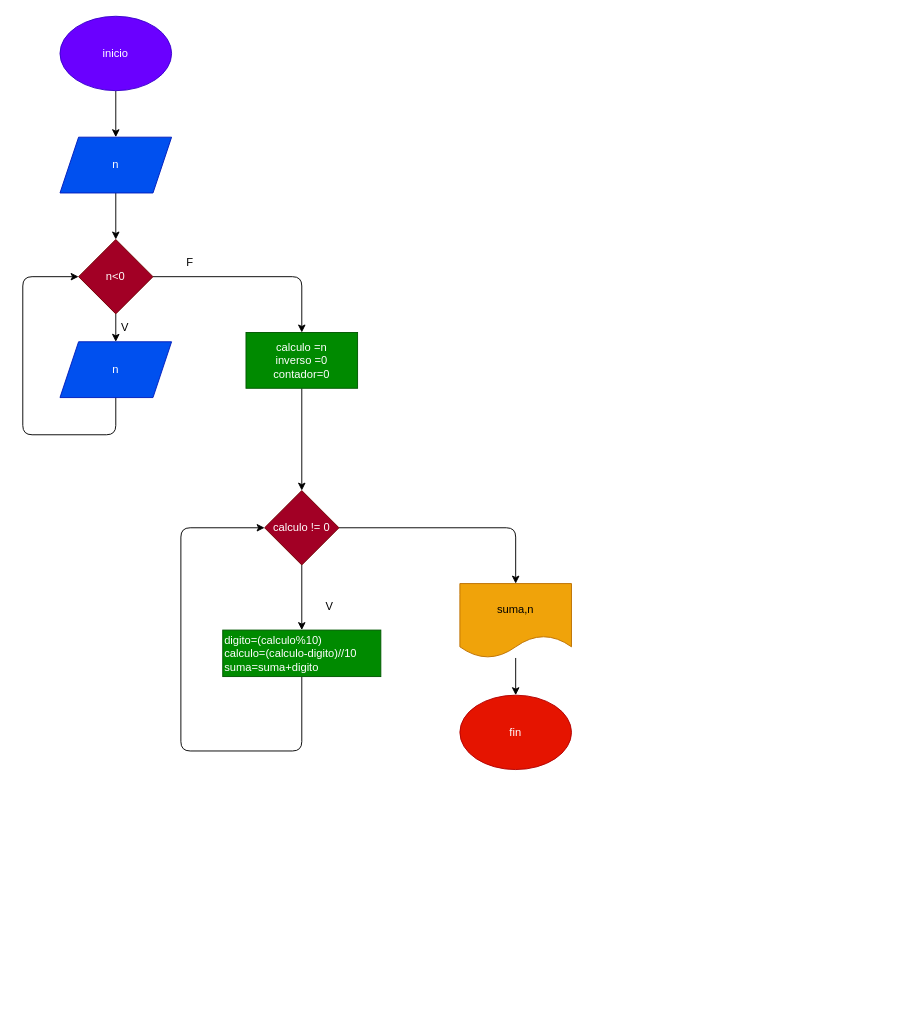
Above: diagrama copy.drawio in alejosarin/6-de-octubre-ejercicio-2- (draw.io), before the change. Source tidied: cells renumbered, new cells numbered last; positions are measured from the earlier drawing's top-left corner, leaving out a move shared by most shapes. Both pictures are drawn from the tidied source at 93%, with x=0, y=0 at pixel (22, 16).
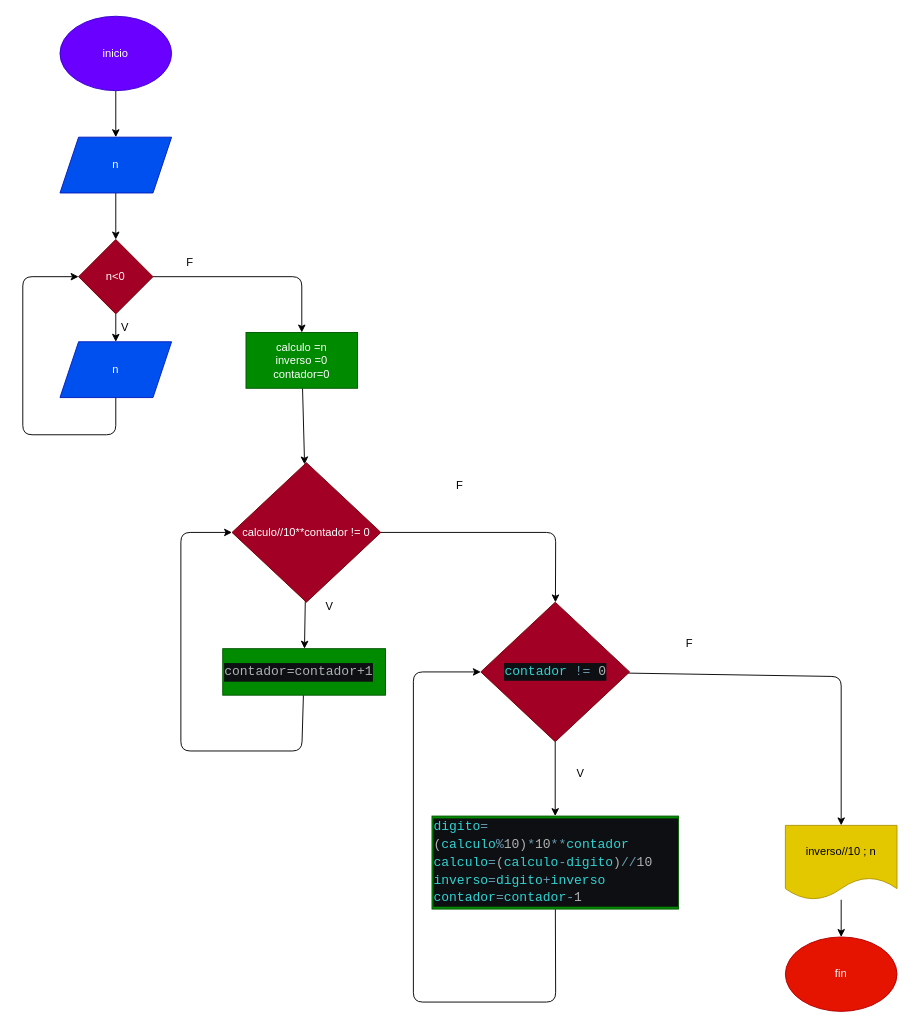
The same page after the edit.

Diff of the diagram source:
```diff
@@
-    <mxCell id="9" style="edgeStyle=none;html=1;" parent="1" edge="1" source="10" target="15">
+    <mxCell id="9" style="edgeStyle=none;html=1;" parent="1" edge="1" source="10" target="26">
       <mxGeometry relative="1" as="geometry">
         <Array as="points">
-          <mxPoint x="530" y="550" />
+          <mxPoint x="573" y="555" />
         </Array>
       </mxGeometry>
     </mxCell>
-    <mxCell id="10" value="calculo != 0" style="rhombus;whiteSpace=wrap;html=1;fillColor=#a20025;fontColor=#ffffff;strokeColor=#6F0000;" parent="1" vertex="1">
-      <mxGeometry x="260" y="510" width="80" height="80" as="geometry" />
+    <mxCell id="10" value="calculo//10**contador != 0" style="rhombus;whiteSpace=wrap;html=1;fillColor=#a20025;fontColor=#ffffff;strokeColor=#6F0000;" parent="1" vertex="1">
+      <mxGeometry x="225" y="480" width="160" height="150" as="geometry" />
     </mxCell>
     <mxCell id="11" style="edgeStyle=none;html=1;entryX=0;entryY=0.5;entryDx=0;entryDy=0;" parent="1" edge="1" source="12" target="10">
       <mxGeometry relative="1" as="geometry">
         <Array as="points">
           <mxPoint x="300" y="790" />
           <mxPoint x="170" y="790" />
-          <mxPoint x="170" y="550" />
+          <mxPoint x="170" y="555" />
         </Array>
       </mxGeometry>
     </mxCell>
-    <mxCell id="12" value="&lt;div&gt;digito=(calculo%10)&lt;/div&gt;&lt;div&gt;calculo=(calculo-digito)//10&lt;/div&gt;&lt;div&gt;suma=suma+digito&lt;/div&gt;" style="rounded=0;whiteSpace=wrap;html=1;align=left;fillColor=#008a00;fontColor=#ffffff;strokeColor=#005700;" parent="1" vertex="1">
-      <mxGeometry x="215" y="660" width="170" height="50" as="geometry" />
+    <mxCell id="12" value="&lt;div style=&quot;background-color: rgb(13 , 15 , 18) ; line-height: 19px&quot;&gt;&lt;font color=&quot;#aeb2b2&quot; face=&quot;consolas, courier new, monospace&quot;&gt;&lt;span style=&quot;font-size: 14px&quot;&gt;contador=contador+1&lt;/span&gt;&lt;/font&gt;&lt;br&gt;&lt;/div&gt;" style="rounded=0;whiteSpace=wrap;html=1;align=left;fillColor=#008a00;fontColor=#ffffff;strokeColor=#005700;" parent="1" vertex="1">
+      <mxGeometry x="215" y="680" width="175" height="50" as="geometry" />
     </mxCell>
@@
-    <mxCell id="14" style="edgeStyle=none;html=1;" parent="1" edge="1" source="15" target="16">
-      <mxGeometry relative="1" as="geometry" />
-    </mxCell>
-    <mxCell id="15" value="suma,n" style="shape=document;whiteSpace=wrap;html=1;boundedLbl=1;fillColor=#f0a30a;fontColor=#000000;strokeColor=#BD7000;" parent="1" vertex="1">
-      <mxGeometry x="470" y="610" width="120" height="80" as="geometry" />
-    </mxCell>
-    <mxCell id="16" value="fin" style="ellipse;whiteSpace=wrap;html=1;fillColor=#e51400;fontColor=#ffffff;strokeColor=#B20000;" parent="1" vertex="1">
-      <mxGeometry x="470" y="730" width="120" height="80" as="geometry" />
-    </mxCell>
@@
+    <mxCell id="24" style="edgeStyle=none;html=1;" parent="1" edge="1" source="26" target="28">
+      <mxGeometry relative="1" as="geometry" />
+    </mxCell>
+    <mxCell id="25" style="edgeStyle=none;html=1;" parent="1" edge="1" source="26" target="30">
+      <mxGeometry relative="1" as="geometry">
+        <Array as="points">
+          <mxPoint x="880" y="710" />
+        </Array>
+      </mxGeometry>
+    </mxCell>
+    <mxCell id="26" value="&lt;div style=&quot;color: rgb(174 , 178 , 178) ; background-color: rgb(13 , 15 , 18) ; font-family: &amp;#34;consolas&amp;#34; , &amp;#34;courier new&amp;#34; , monospace ; font-size: 14px ; line-height: 19px&quot;&gt;&lt;span style=&quot;color: #2fd4d4&quot;&gt;contador&lt;/span&gt; &lt;span style=&quot;color: #6c9db4&quot;&gt;!=&lt;/span&gt; 0&lt;/div&gt;" style="rhombus;whiteSpace=wrap;html=1;fillColor=#a20025;fontColor=#ffffff;strokeColor=#6F0000;" parent="1" vertex="1">
+      <mxGeometry x="492.5" y="630" width="160" height="150" as="geometry" />
+    </mxCell>
+    <mxCell id="27" style="edgeStyle=none;html=1;entryX=0;entryY=0.5;entryDx=0;entryDy=0;" parent="1" edge="1" source="28" target="26">
+      <mxGeometry relative="1" as="geometry">
+        <Array as="points">
+          <mxPoint x="573" y="1060" />
+          <mxPoint x="420" y="1060" />
+          <mxPoint x="420" y="705" />
+        </Array>
+      </mxGeometry>
+    </mxCell>
+    <mxCell id="28" value="&lt;div style=&quot;background-color: rgb(13 , 15 , 18) ; line-height: 19px&quot;&gt;&lt;div style=&quot;color: rgb(174 , 178 , 178) ; font-family: &amp;#34;consolas&amp;#34; , &amp;#34;courier new&amp;#34; , monospace ; font-size: 14px ; line-height: 19px&quot;&gt;&lt;div&gt;&lt;span style=&quot;color: #2fd4d4&quot;&gt;digito&lt;/span&gt;&lt;span style=&quot;color: #6c9db4&quot;&gt;=&lt;/span&gt;(&lt;span style=&quot;color: #2fd4d4&quot;&gt;calculo&lt;/span&gt;&lt;span style=&quot;color: #6c9db4&quot;&gt;%&lt;/span&gt;10)&lt;span style=&quot;color: #6c9db4&quot;&gt;*&lt;/span&gt;10&lt;span style=&quot;color: #6c9db4&quot;&gt;**&lt;/span&gt;&lt;span style=&quot;color: #2fd4d4&quot;&gt;contador&lt;/span&gt;&lt;/div&gt;&lt;div&gt;&lt;span style=&quot;color: rgb(47 , 212 , 212)&quot;&gt;calculo&lt;/span&gt;&lt;span style=&quot;color: rgb(108 , 157 , 180)&quot;&gt;=&lt;/span&gt;(&lt;span style=&quot;color: rgb(47 , 212 , 212)&quot;&gt;calculo&lt;/span&gt;&lt;span style=&quot;color: rgb(108 , 157 , 180)&quot;&gt;-&lt;/span&gt;&lt;span style=&quot;color: rgb(47 , 212 , 212)&quot;&gt;digito&lt;/span&gt;)&lt;span style=&quot;color: rgb(108 , 157 , 180)&quot;&gt;//&lt;/span&gt;10&lt;/div&gt;&lt;div&gt;&lt;span style=&quot;color: #2fd4d4&quot;&gt;inverso&lt;/span&gt;&lt;span style=&quot;color: #6c9db4&quot;&gt;=&lt;/span&gt;&lt;span style=&quot;color: #2fd4d4&quot;&gt;digito&lt;/span&gt;&lt;span style=&quot;color: #6c9db4&quot;&gt;+&lt;/span&gt;&lt;span style=&quot;color: #2fd4d4&quot;&gt;inverso&lt;/span&gt;&lt;/div&gt;&lt;div&gt;&lt;span style=&quot;color: #2fd4d4&quot;&gt;contador&lt;/span&gt;&lt;span style=&quot;color: #6c9db4&quot;&gt;=&lt;/span&gt;&lt;span style=&quot;color: #2fd4d4&quot;&gt;contador&lt;/span&gt;&lt;span style=&quot;color: #6c9db4&quot;&gt;-&lt;/span&gt;1&lt;/div&gt;&lt;/div&gt;&lt;/div&gt;" style="rounded=0;whiteSpace=wrap;html=1;align=left;fillColor=#008a00;fontColor=#ffffff;strokeColor=#005700;" parent="1" vertex="1">
+      <mxGeometry x="440" y="860" width="265" height="100" as="geometry" />
+    </mxCell>
+    <mxCell id="29" style="edgeStyle=none;html=1;" parent="1" edge="1" source="30" target="16">
+      <mxGeometry relative="1" as="geometry" />
+    </mxCell>
+    <mxCell id="30" value="inverso//10 ; n" style="shape=document;whiteSpace=wrap;html=1;boundedLbl=1;fillColor=#e3c800;fontColor=#000000;strokeColor=#B09500;" parent="1" vertex="1">
+      <mxGeometry x="820" y="870" width="120" height="80" as="geometry" />
+    </mxCell>
+    <mxCell id="31" value="V" style="text;html=1;strokeColor=none;fillColor=none;align=center;verticalAlign=middle;whiteSpace=wrap;rounded=0;" parent="1" vertex="1">
+      <mxGeometry x="570" y="800" width="60" height="30" as="geometry" />
+    </mxCell>
+    <mxCell id="16" value="fin" style="ellipse;whiteSpace=wrap;html=1;fillColor=#e51400;fontColor=#ffffff;strokeColor=#B20000;" parent="1" vertex="1">
+      <mxGeometry x="820" y="990" width="120" height="80" as="geometry" />
+    </mxCell>
+    <mxCell id="32" value="F" style="text;html=1;strokeColor=none;fillColor=none;align=center;verticalAlign=middle;whiteSpace=wrap;rounded=0;" parent="1" vertex="1">
+      <mxGeometry x="440" y="490" width="60" height="30" as="geometry" />
+    </mxCell>
+    <mxCell id="33" value="F" style="text;html=1;strokeColor=none;fillColor=none;align=center;verticalAlign=middle;whiteSpace=wrap;rounded=0;" parent="1" vertex="1">
+      <mxGeometry x="687" y="660" width="60" height="30" as="geometry" />
+    </mxCell>
```
